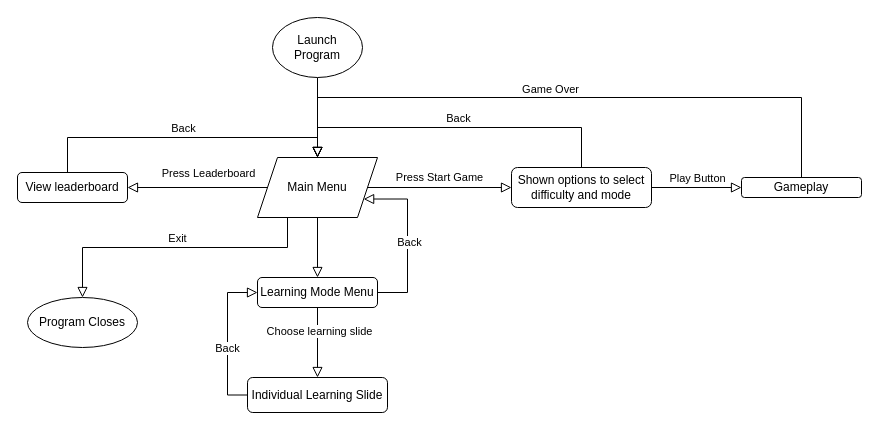
Before: flowcharts/Menus.drawio in Jalco28/A-Level-Project, a draw.io diagram. Source tidied: cells renumbered, new cells numbered last; positions are measured from the earlier drawing's top-left corner, leaving out a move shared by most shapes. Both pictures are drawn from the tidied source at 100%, with x=0, y=0 at pixel (17, 17).
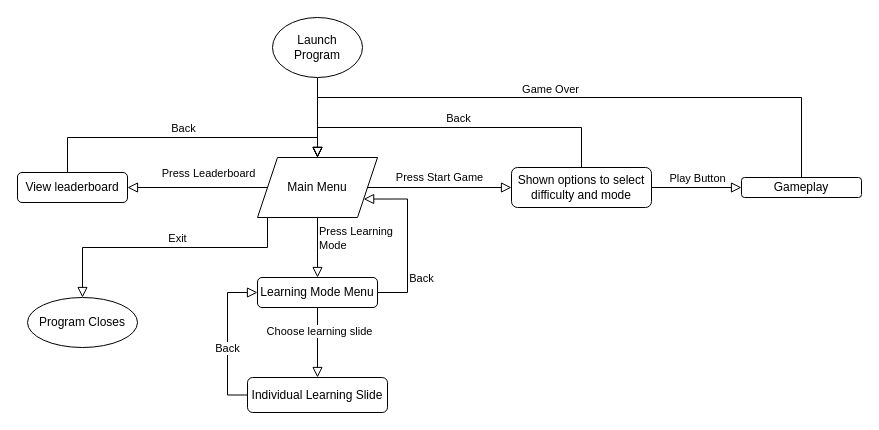
After the change.

Unchanged cells that the change refers to:
```xml
<mxCell id="15" style="edgeStyle=orthogonalEdgeStyle;rounded=0;jettySize=auto;html=1;endSize=8;endArrow=block;endFill=0;" parent="1" edge="1" source="18" target="26">
  <mxGeometry relative="1" as="geometry" />
</mxCell>
<mxCell id="18" value="Main Menu" style="shape=parallelogram;perimeter=parallelogramPerimeter;whiteSpace=wrap;html=1;fixedSize=1;" parent="1" vertex="1">
  <mxGeometry x="240" y="140" width="120" height="60" as="geometry" />
</mxCell>
<mxCell id="24" style="edgeStyle=orthogonalEdgeStyle;rounded=0;jettySize=auto;html=1;exitX=1;exitY=0.5;exitDx=0;exitDy=0;endSize=8;endArrow=block;endFill=0;entryX=1;entryY=0.75;entryDx=0;entryDy=0;" parent="1" edge="1" source="26" target="18">
  <mxGeometry relative="1" as="geometry">
    <Array as="points">
      <mxPoint x="390" y="275" />
      <mxPoint x="390" y="181" />
    </Array>
  </mxGeometry>
</mxCell>
<mxCell id="30" value="Program Closes" style="ellipse;whiteSpace=wrap;html=1;" parent="1" vertex="1">
  <mxGeometry x="10" y="280" width="110" height="50" as="geometry" />
</mxCell>
```

Change to the diagram source:
```diff
@@
+    <mxCell id="31" value="Press Learning&lt;br&gt;Mode" style="edgeLabel;html=1;align=left;verticalAlign=middle;" parent="15" vertex="1">
+      <mxGeometry x="-0.52" relative="1" as="geometry">
+        <mxPoint y="6" as="offset" />
+      </mxGeometry>
+    </mxCell>
     <mxCell id="16" style="edgeStyle=orthogonalEdgeStyle;rounded=0;jettySize=auto;html=1;exitX=0.25;exitY=1;exitDx=0;exitDy=0;endSize=8;endArrow=block;endFill=0;entryX=0.5;entryY=0;entryDx=0;entryDy=0;" parent="1" edge="1" source="18" target="30">
       <mxGeometry relative="1" as="geometry">
         <Array as="points">
-          <mxPoint x="270" y="230" />
+          <mxPoint x="250" y="200" />
+          <mxPoint x="250" y="230" />
           <mxPoint x="65" y="230" />
         </Array>
       </mxGeometry>
     </mxCell>
@@
     <mxCell id="25" value="Back" style="edgeLabel;html=1;align=center;verticalAlign=middle;" parent="24" vertex="1">
-      <mxGeometry x="-0.03" y="-1" relative="1" as="geometry" />
+      <mxGeometry x="-0.03" y="-1" relative="1" as="geometry">
+        <mxPoint x="12" y="36" as="offset" />
+      </mxGeometry>
     </mxCell>
```
